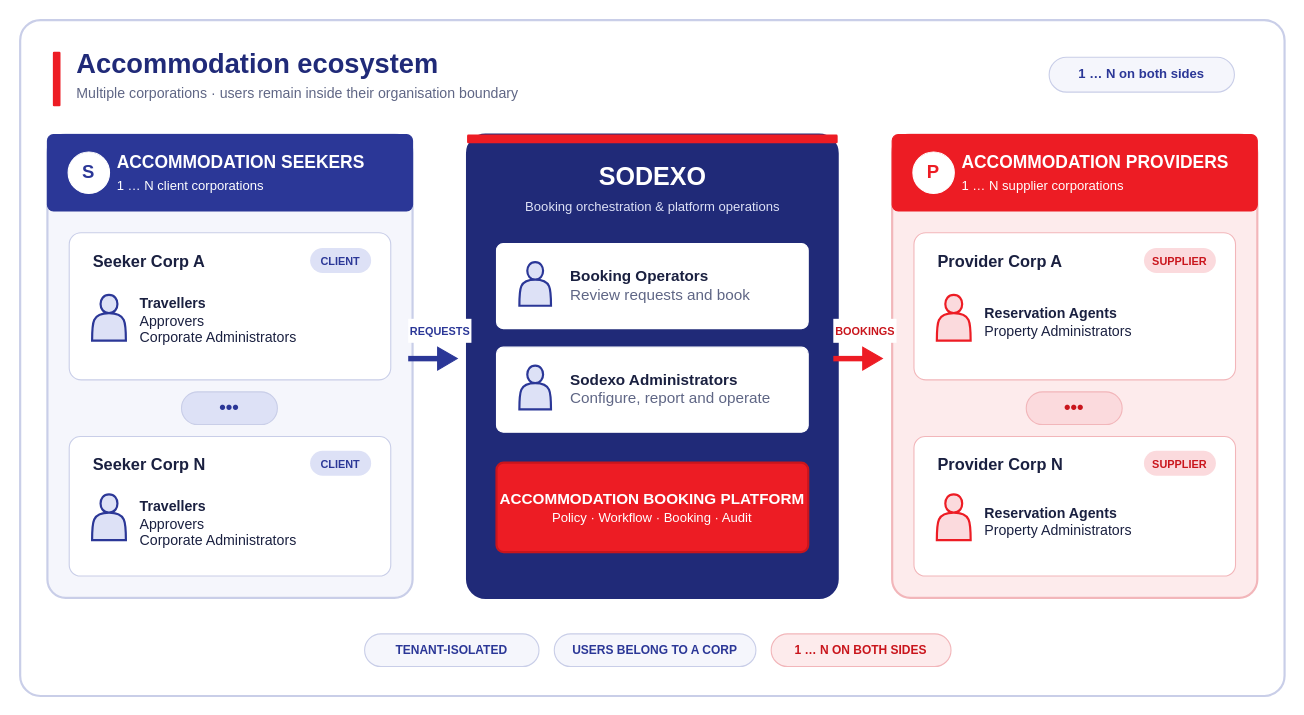
Earlier version of the draw.io diagram docs/presentation/corporate-user-landscape.drawio (mohitkanwar/Accomodation-Booking-Solution). Source tidied: cells renumbered, new cells numbered last; positions are measured from the earlier drawing's top-left corner, leaving out a move shared by most shapes. Both pictures are drawn from the tidied source at 109%, with x=0, y=0 at pixel (20, 20).
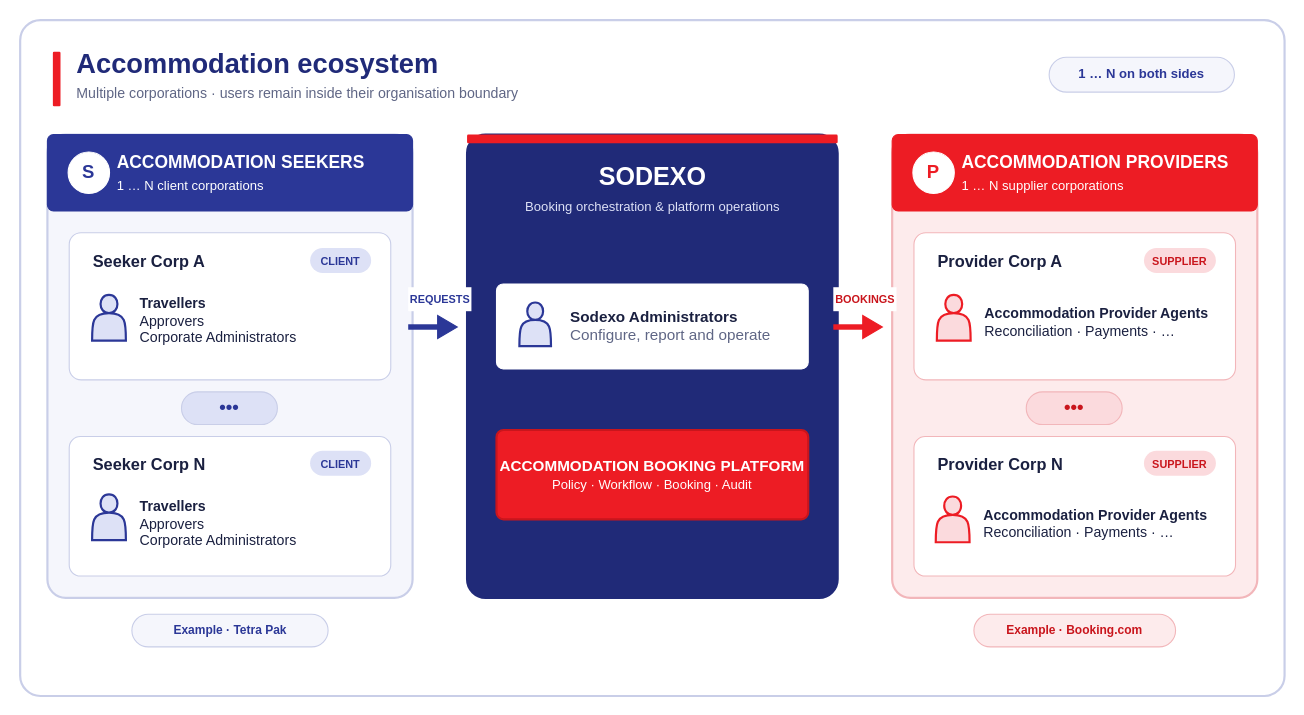
After the change.

Commit message (it also covers changes not shown here):
[patch] Clean up corporate landscape diagram

What changed in the source:
```diff
@@
-    <mxCell id="25" style="rounded=1;whiteSpace=wrap;html=1;fillColor=#FFFFFF;strokeColor=#FFFFFF;arcSize=8;" parent="1" vertex="1">
-      <mxGeometry x="437" y="205" width="286" height="78" as="geometry" />
-    </mxCell>
-    <mxCell id="26" style="shape=actor;whiteSpace=wrap;html=1;fillColor=#DDE1F6;strokeColor=#2B3797;strokeWidth=2;" parent="1" vertex="1">
-      <mxGeometry x="458" y="222" width="29" height="40" as="geometry" />
-    </mxCell>
-    <mxCell id="27" value="&lt;b&gt;Booking Operators&lt;/b&gt;&lt;br&gt;&lt;font color=&quot;#5F6685&quot;&gt;Review requests and book&lt;/font&gt;" style="text;html=1;strokeColor=none;fillColor=none;align=left;verticalAlign=middle;fontFamily=Arial;fontSize=14;fontColor=#1A2040;" parent="1" vertex="1">
-      <mxGeometry x="503" y="217" width="205" height="52" as="geometry" />
-    </mxCell>
     <mxCell id="28" style="rounded=1;whiteSpace=wrap;html=1;fillColor=#FFFFFF;strokeColor=#FFFFFF;arcSize=8;" parent="1" vertex="1">
-      <mxGeometry x="437" y="300" width="286" height="78" as="geometry" />
+      <mxGeometry x="437" y="242" width="286" height="78" as="geometry" />
     </mxCell>
     <mxCell id="29" style="shape=actor;whiteSpace=wrap;html=1;fillColor=#DDE1F6;strokeColor=#2B3797;strokeWidth=2;" parent="1" vertex="1">
-      <mxGeometry x="458" y="317" width="29" height="40" as="geometry" />
+      <mxGeometry x="458" y="259" width="29" height="40" as="geometry" />
     </mxCell>
     <mxCell id="30" value="&lt;b&gt;Sodexo Administrators&lt;/b&gt;&lt;br&gt;&lt;font color=&quot;#5F6685&quot;&gt;Configure, report and operate&lt;/font&gt;" style="text;html=1;strokeColor=none;fillColor=none;align=left;verticalAlign=middle;fontFamily=Arial;fontSize=14;fontColor=#1A2040;" parent="1" vertex="1">
-      <mxGeometry x="503" y="312" width="205" height="52" as="geometry" />
+      <mxGeometry x="503" y="254" width="205" height="52" as="geometry" />
     </mxCell>
     <mxCell id="31" value="&lt;b&gt;ACCOMMODATION BOOKING PLATFORM&lt;/b&gt;&lt;br&gt;&lt;font style=&quot;font-size:12px&quot;&gt;Policy · Workflow · Booking · Audit&lt;/font&gt;" style="rounded=1;whiteSpace=wrap;html=1;fillColor=#ED1C24;strokeColor=#C9151C;strokeWidth=2;fontFamily=Arial;fontSize=14;fontColor=#FFFFFF;arcSize=8;" parent="1" vertex="1">
-      <mxGeometry x="437" y="406" width="286" height="82" as="geometry" />
+      <mxGeometry x="437" y="376" width="286" height="82" as="geometry" />
     </mxCell>
@@
-    <mxCell id="39" value="&lt;b&gt;Reservation Agents&lt;/b&gt;&lt;br&gt;Property Administrators" style="text;html=1;strokeColor=none;fillColor=none;align=left;verticalAlign=middle;fontFamily=Arial;fontSize=13;fontColor=#1A2040;spacing=0;" parent="1" vertex="1">
+    <mxCell id="39" value="&lt;b&gt;Accommodation Provider Agents&lt;/b&gt;&lt;br&gt;Reconciliation · Payments · …" style="text;html=1;strokeColor=none;fillColor=none;align=left;verticalAlign=middle;fontFamily=Arial;fontSize=13;fontColor=#1A2040;spacing=0;" parent="1" vertex="1">
       <mxGeometry x="885" y="248" width="205" height="58" as="geometry" />
     </mxCell>
@@
-    <mxCell id="44" style="shape=actor;whiteSpace=wrap;html=1;fillColor=#FBDADD;strokeColor=#ED1C24;strokeWidth=2;" parent="1" vertex="1">
-      <mxGeometry x="841" y="435" width="31" height="42" as="geometry" />
-    </mxCell>
-    <mxCell id="45" value="&lt;b&gt;Reservation Agents&lt;/b&gt;&lt;br&gt;Property Administrators" style="text;html=1;strokeColor=none;fillColor=none;align=left;verticalAlign=middle;fontFamily=Arial;fontSize=13;fontColor=#1A2040;spacing=0;" parent="1" vertex="1">
-      <mxGeometry x="885" y="431" width="205" height="58" as="geometry" />
-    </mxCell>
     <mxCell id="46" value="REQUESTS" style="text;html=1;strokeColor=none;fillColor=#FFFFFF;align=center;verticalAlign=middle;fontFamily=Arial;fontSize=10;fontStyle=1;fontColor=#2B3797;" parent="1" vertex="1">
-      <mxGeometry x="356" y="274" width="58" height="22" as="geometry" />
+      <mxGeometry x="356" y="245" width="58" height="22" as="geometry" />
     </mxCell>
     <mxCell id="47" style="rounded=0;whiteSpace=wrap;html=1;fillColor=#2B3797;strokeColor=none;" parent="1" vertex="1">
-      <mxGeometry x="356" y="308" width="30" height="5" as="geometry" />
+      <mxGeometry x="356" y="279" width="30" height="5" as="geometry" />
     </mxCell>
     <mxCell id="48" style="triangle;whiteSpace=wrap;html=1;fillColor=#2B3797;strokeColor=#2B3797;direction=east;" parent="1" vertex="1">
-      <mxGeometry x="383" y="300" width="18" height="21" as="geometry" />
+      <mxGeometry x="383" y="271" width="18" height="21" as="geometry" />
     </mxCell>
     <mxCell id="49" value="BOOKINGS" style="text;html=1;strokeColor=none;fillColor=#FFFFFF;align=center;verticalAlign=middle;fontFamily=Arial;fontSize=10;fontStyle=1;fontColor=#C9151C;" parent="1" vertex="1">
-      <mxGeometry x="746" y="274" width="58" height="22" as="geometry" />
+      <mxGeometry x="746" y="245" width="58" height="22" as="geometry" />
     </mxCell>
     <mxCell id="50" style="rounded=0;whiteSpace=wrap;html=1;fillColor=#ED1C24;strokeColor=none;" parent="1" vertex="1">
-      <mxGeometry x="746" y="308" width="30" height="5" as="geometry" />
+      <mxGeometry x="746" y="279" width="30" height="5" as="geometry" />
     </mxCell>
     <mxCell id="51" style="triangle;whiteSpace=wrap;html=1;fillColor=#ED1C24;strokeColor=#ED1C24;direction=east;" parent="1" vertex="1">
-      <mxGeometry x="773" y="300" width="18" height="21" as="geometry" />
+      <mxGeometry x="773" y="271" width="18" height="21" as="geometry" />
     </mxCell>
-    <mxCell id="52" value="TENANT-ISOLATED" style="rounded=1;whiteSpace=wrap;html=1;fillColor=#F5F6FC;strokeColor=#C9CEE8;fontFamily=Arial;fontSize=11;fontStyle=1;fontColor=#2B3797;arcSize=50;" parent="1" vertex="1">
-      <mxGeometry x="316" y="563" width="160" height="30" as="geometry" />
+    <mxCell id="52" value="Example · Tetra Pak" style="rounded=1;whiteSpace=wrap;html=1;fillColor=#F5F6FC;strokeColor=#C9CEE8;fontFamily=Arial;fontSize=11;fontStyle=1;fontColor=#2B3797;arcSize=50;" parent="1" vertex="1">
+      <mxGeometry x="102.5" y="545" width="180" height="30" as="geometry" />
     </mxCell>
-    <mxCell id="53" value="USERS BELONG TO A CORP" style="rounded=1;whiteSpace=wrap;html=1;fillColor=#F5F6FC;strokeColor=#C9CEE8;fontFamily=Arial;fontSize=11;fontStyle=1;fontColor=#2B3797;arcSize=50;" parent="1" vertex="1">
-      <mxGeometry x="490" y="563" width="185" height="30" as="geometry" />
-    </mxCell>
-    <mxCell id="54" value="1 … N ON BOTH SIDES" style="rounded=1;whiteSpace=wrap;html=1;fillColor=#FDEBEC;strokeColor=#F2B6BA;fontFamily=Arial;fontSize=11;fontStyle=1;fontColor=#C9151C;arcSize=50;" parent="1" vertex="1">
-      <mxGeometry x="689" y="563" width="165" height="30" as="geometry" />
+    <mxCell id="54" value="Example · Booking.com" style="rounded=1;whiteSpace=wrap;html=1;fillColor=#FDEBEC;strokeColor=#F2B6BA;fontFamily=Arial;fontSize=11;fontStyle=1;fontColor=#C9151C;arcSize=50;" parent="1" vertex="1">
+      <mxGeometry x="875" y="545" width="185" height="30" as="geometry" />
     </mxCell>
+    <mxCell id="55" style="shape=actor;whiteSpace=wrap;html=1;fillColor=#FBDADD;strokeColor=#ED1C24;strokeWidth=2;" parent="1" vertex="1">
+      <mxGeometry x="840" y="437" width="31" height="42" as="geometry" />
+    </mxCell>
+    <mxCell id="56" value="&lt;b&gt;Accommodation Provider Agents&lt;/b&gt;&lt;br&gt;Reconciliation · Payments · …" style="text;html=1;strokeColor=none;fillColor=none;align=left;verticalAlign=middle;fontFamily=Arial;fontSize=13;fontColor=#1A2040;spacing=0;" parent="1" vertex="1">
+      <mxGeometry x="884" y="433" width="205" height="58" as="geometry" />
+    </mxCell>
```
